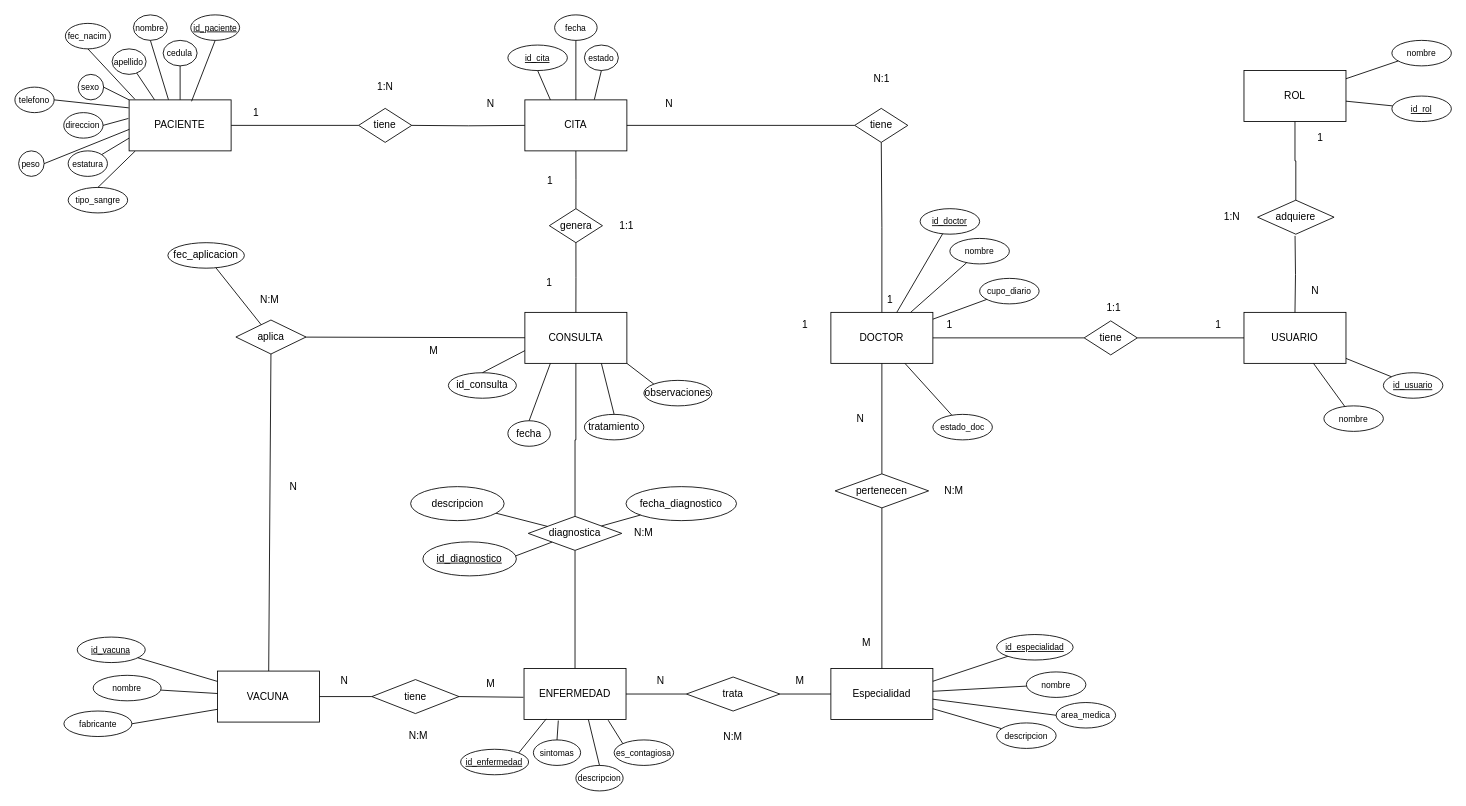
This is DER (1).drawio from lizmarietorres123/ProyectoFinalBD, a draw.io file, before an edit. Source tidied: cells renumbered, new cells numbered last; positions are measured from the earlier drawing's top-left corner, leaving out a move shared by most shapes. Both pictures are drawn from the tidied source at 85%, with x=0, y=0 at pixel (14, 14).
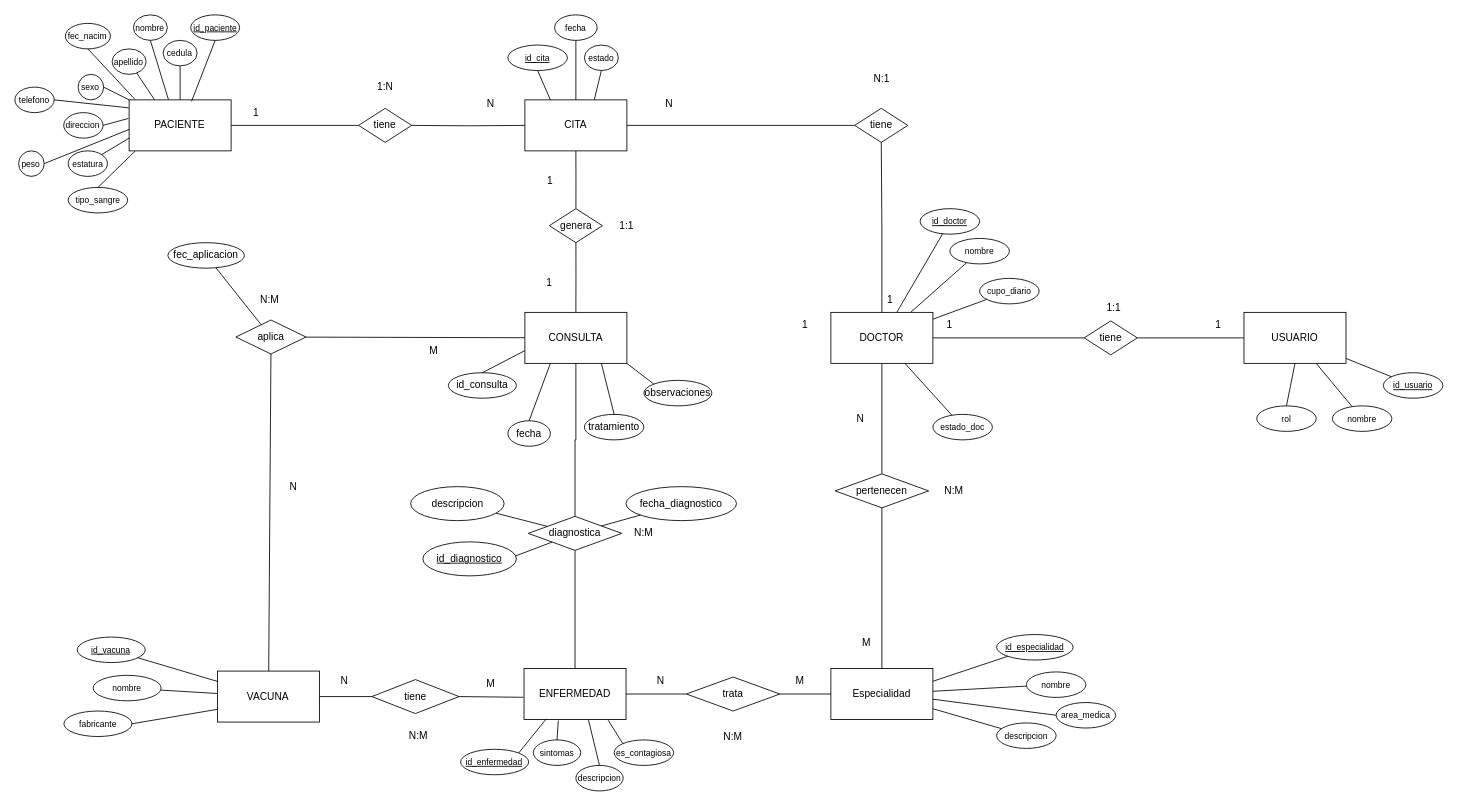
The same page after the edit.

Commit message:
Cambiar rol a atributo en usuario

The change refers to these unchanged cells:
```xml
<mxCell id="2" value="USUARIO" style="rounded=0;whiteSpace=wrap;html=1;" parent="1" vertex="1">
  <mxGeometry x="1446" y="350" width="120" height="60" as="geometry" />
</mxCell>
```

What changed in the source:
```diff
@@
-    <mxCell id="3" value="ROL" style="rounded=0;whiteSpace=wrap;html=1;" parent="1" vertex="1">
-      <mxGeometry x="1446" y="65.5" width="120" height="60" as="geometry" />
-    </mxCell>
@@
     <mxCell id="142" value="&lt;font style=&quot;font-size: 10px;&quot;&gt;nombre&lt;/font&gt;" style="ellipse;whiteSpace=wrap;html=1;" parent="1" vertex="1">
-      <mxGeometry x="1540" y="460" width="70" height="30" as="geometry" />
+      <mxGeometry x="1550" y="460" width="70" height="30" as="geometry" />
     </mxCell>
@@
-    <mxCell id="144" style="edgeStyle=orthogonalEdgeStyle;rounded=0;jettySize=auto;html=1;endArrow=none;endFill=0;" parent="1" edge="1" target="2">
-      <mxGeometry relative="1" as="geometry">
-        <mxPoint x="1506.1" y="260" as="sourcePoint" />
-      </mxGeometry>
-    </mxCell>
@@
-    <mxCell id="146" value="adquiere" style="rhombus;whiteSpace=wrap;html=1;" parent="1" vertex="1">
-      <mxGeometry x="1462" y="218" width="90" height="40" as="geometry" />
-    </mxCell>
-    <mxCell id="147" style="edgeStyle=orthogonalEdgeStyle;rounded=0;jettySize=auto;html=1;endArrow=none;endFill=0;" parent="1" edge="1" source="3" target="146">
-      <mxGeometry relative="1" as="geometry" />
-    </mxCell>
-    <mxCell id="148" value="1:N" style="text;html=1;whiteSpace=wrap;strokeColor=none;fillColor=none;align=center;verticalAlign=middle;rounded=0;rotation=0;" parent="1" vertex="1">
-      <mxGeometry x="1402" y="223" width="60" height="30" as="geometry" />
-    </mxCell>
-    <mxCell id="149" value="N" style="text;html=1;whiteSpace=wrap;strokeColor=none;fillColor=none;align=center;verticalAlign=middle;rounded=0;" parent="1" vertex="1">
-      <mxGeometry x="1500" y="310" width="60" height="30" as="geometry" />
-    </mxCell>
-    <mxCell id="150" value="1" style="text;html=1;whiteSpace=wrap;strokeColor=none;fillColor=none;align=center;verticalAlign=middle;rounded=0;" parent="1" vertex="1">
-      <mxGeometry x="1506" y="130" width="60" height="30" as="geometry" />
-    </mxCell>
-    <mxCell id="151" value="&lt;font style=&quot;font-size: 10px;&quot;&gt;id_rol&lt;/font&gt;" style="ellipse;whiteSpace=wrap;html=1;fontStyle=4;" parent="1" vertex="1">
-      <mxGeometry x="1620" y="95.5" width="70" height="30" as="geometry" />
-    </mxCell>
-    <mxCell id="152" value="&lt;font style=&quot;font-size: 10px;&quot;&gt;nombre&lt;/font&gt;" style="ellipse;whiteSpace=wrap;html=1;" parent="1" vertex="1">
-      <mxGeometry x="1620" y="30" width="70" height="30" as="geometry" />
-    </mxCell>
-    <mxCell id="153" style="rounded=0;jettySize=auto;html=1;endArrow=none;endFill=0;" parent="1" edge="1" source="3" target="151">
-      <mxGeometry relative="1" as="geometry" />
-    </mxCell>
-    <mxCell id="154" style="rounded=0;jettySize=auto;html=1;endArrow=none;endFill=0;" parent="1" edge="1" source="3" target="152">
-      <mxGeometry relative="1" as="geometry" />
-    </mxCell>
+    <mxCell id="155" value="&lt;font style=&quot;font-size: 10px;&quot;&gt;rol&lt;/font&gt;" style="ellipse;whiteSpace=wrap;html=1;" parent="1" vertex="1">
+      <mxGeometry x="1461" y="460" width="70" height="30" as="geometry" />
+    </mxCell>
+    <mxCell id="156" style="rounded=0;jettySize=auto;html=1;endArrow=none;endFill=0;exitX=0.5;exitY=1;exitDx=0;exitDy=0;entryX=0.5;entryY=0;entryDx=0;entryDy=0;" parent="1" edge="1" source="2" target="155">
+      <mxGeometry relative="1" as="geometry" />
+    </mxCell>
```
